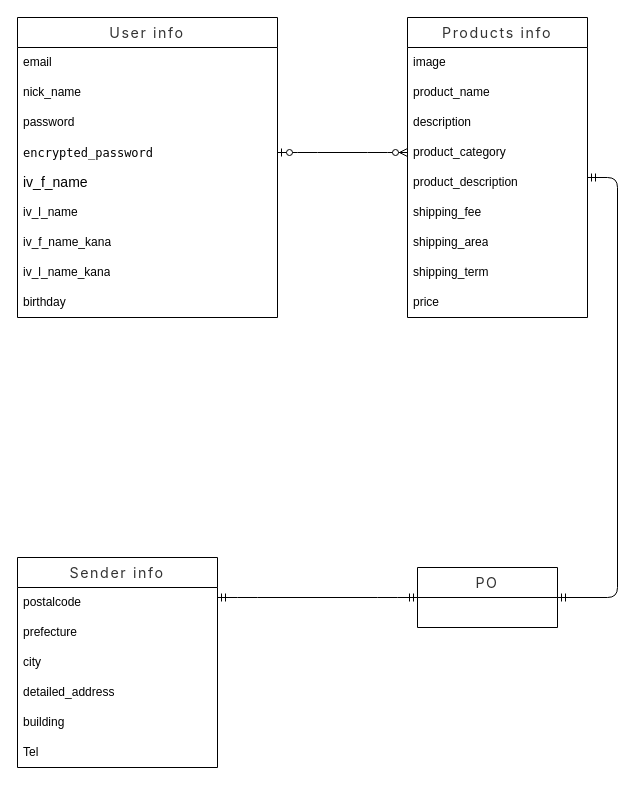
Benishimizu/furima-38830 keeps this draw.io diagram as page "Page-1" (1 of 3) of table.dio. Above is the earlier version. Source tidied: cells renumbered, new cells numbered last; positions are measured from the earlier drawing's top-left corner, leaving out a move shared by most shapes. Both pictures are drawn from the tidied source at 100%, with x=0, y=0 at pixel (17, 17).
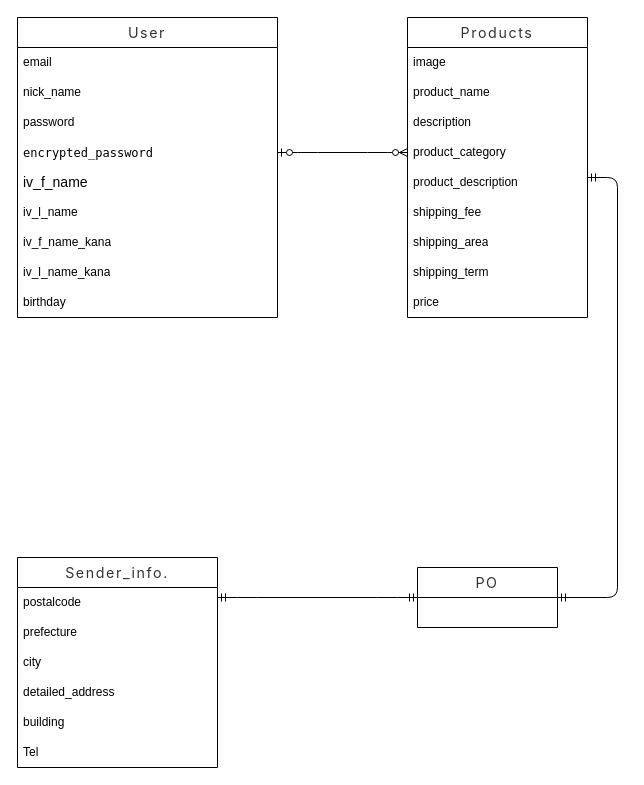
The same diagram, later.

What changed in the source:
```diff
@@
-    <mxCell id="2" value="&lt;span style=&quot;color: rgb(51, 51, 51); font-family: -apple-system, &amp;quot;system-ui&amp;quot;, &amp;quot;Noto Sans JP&amp;quot;, &amp;quot;Hiragino Sans&amp;quot;, &amp;quot;Hiragino Kaku Gothic ProN&amp;quot;, &amp;quot;segoe ui&amp;quot;, メイリオ, Meiryo, &amp;quot;ＭＳ Ｐゴシック&amp;quot;, &amp;quot;MS PGothic&amp;quot;, sans-serif; font-size: 14.24px; letter-spacing: 1.6px; text-align: start; background-color: rgb(255, 255, 255);&quot;&gt;Products info&lt;/span&gt;" style="swimlane;fontStyle=0;horizontal=1;startSize=30;whiteSpace=wrap;html=1;" parent="1" vertex="1">
+    <mxCell id="2" value="&lt;span style=&quot;color: rgb(51, 51, 51); font-family: -apple-system, &amp;quot;system-ui&amp;quot;, &amp;quot;Noto Sans JP&amp;quot;, &amp;quot;Hiragino Sans&amp;quot;, &amp;quot;Hiragino Kaku Gothic ProN&amp;quot;, &amp;quot;segoe ui&amp;quot;, メイリオ, Meiryo, &amp;quot;ＭＳ Ｐゴシック&amp;quot;, &amp;quot;MS PGothic&amp;quot;, sans-serif; font-size: 14.24px; letter-spacing: 1.6px; text-align: start; background-color: rgb(255, 255, 255);&quot;&gt;Products&lt;/span&gt;" style="swimlane;fontStyle=0;horizontal=1;startSize=30;whiteSpace=wrap;html=1;" parent="1" vertex="1">
       <mxGeometry x="390" width="180" height="300" as="geometry" />
     </mxCell>
@@
-    <mxCell id="12" value="&lt;span style=&quot;color: rgb(51, 51, 51); font-family: -apple-system, &amp;quot;system-ui&amp;quot;, &amp;quot;Noto Sans JP&amp;quot;, &amp;quot;Hiragino Sans&amp;quot;, &amp;quot;Hiragino Kaku Gothic ProN&amp;quot;, &amp;quot;segoe ui&amp;quot;, メイリオ, Meiryo, &amp;quot;ＭＳ Ｐゴシック&amp;quot;, &amp;quot;MS PGothic&amp;quot;, sans-serif; font-size: 14.24px; letter-spacing: 1.6px; text-align: start; background-color: rgb(255, 255, 255);&quot;&gt;User info&lt;/span&gt;" style="swimlane;fontStyle=0;horizontal=1;startSize=30;whiteSpace=wrap;html=1;" parent="1" vertex="1">
+    <mxCell id="12" value="&lt;span style=&quot;color: rgb(51, 51, 51); font-family: -apple-system, &amp;quot;system-ui&amp;quot;, &amp;quot;Noto Sans JP&amp;quot;, &amp;quot;Hiragino Sans&amp;quot;, &amp;quot;Hiragino Kaku Gothic ProN&amp;quot;, &amp;quot;segoe ui&amp;quot;, メイリオ, Meiryo, &amp;quot;ＭＳ Ｐゴシック&amp;quot;, &amp;quot;MS PGothic&amp;quot;, sans-serif; font-size: 14.24px; letter-spacing: 1.6px; text-align: start; background-color: rgb(255, 255, 255);&quot;&gt;User&lt;/span&gt;" style="swimlane;fontStyle=0;horizontal=1;startSize=30;whiteSpace=wrap;html=1;" parent="1" vertex="1">
       <mxGeometry width="260" height="300" as="geometry" />
     </mxCell>
@@
-    <mxCell id="23" value="&lt;span style=&quot;color: rgb(51, 51, 51); font-family: -apple-system, &amp;quot;system-ui&amp;quot;, &amp;quot;Noto Sans JP&amp;quot;, &amp;quot;Hiragino Sans&amp;quot;, &amp;quot;Hiragino Kaku Gothic ProN&amp;quot;, &amp;quot;segoe ui&amp;quot;, メイリオ, Meiryo, &amp;quot;ＭＳ Ｐゴシック&amp;quot;, &amp;quot;MS PGothic&amp;quot;, sans-serif; font-size: 14.24px; letter-spacing: 1.6px; text-align: start; background-color: rgb(255, 255, 255);&quot;&gt;Sender info&lt;/span&gt;" style="swimlane;fontStyle=0;horizontal=1;startSize=30;whiteSpace=wrap;html=1;" parent="1" vertex="1">
+    <mxCell id="23" value="&lt;span style=&quot;color: rgb(51, 51, 51); font-family: -apple-system, &amp;quot;system-ui&amp;quot;, &amp;quot;Noto Sans JP&amp;quot;, &amp;quot;Hiragino Sans&amp;quot;, &amp;quot;Hiragino Kaku Gothic ProN&amp;quot;, &amp;quot;segoe ui&amp;quot;, メイリオ, Meiryo, &amp;quot;ＭＳ Ｐゴシック&amp;quot;, &amp;quot;MS PGothic&amp;quot;, sans-serif; font-size: 14.24px; letter-spacing: 1.6px; text-align: start; background-color: rgb(255, 255, 255);&quot;&gt;Sender_info.&lt;/span&gt;" style="swimlane;fontStyle=0;horizontal=1;startSize=30;whiteSpace=wrap;html=1;" parent="1" vertex="1">
       <mxGeometry y="540" width="200" height="210" as="geometry" />
     </mxCell>
```
